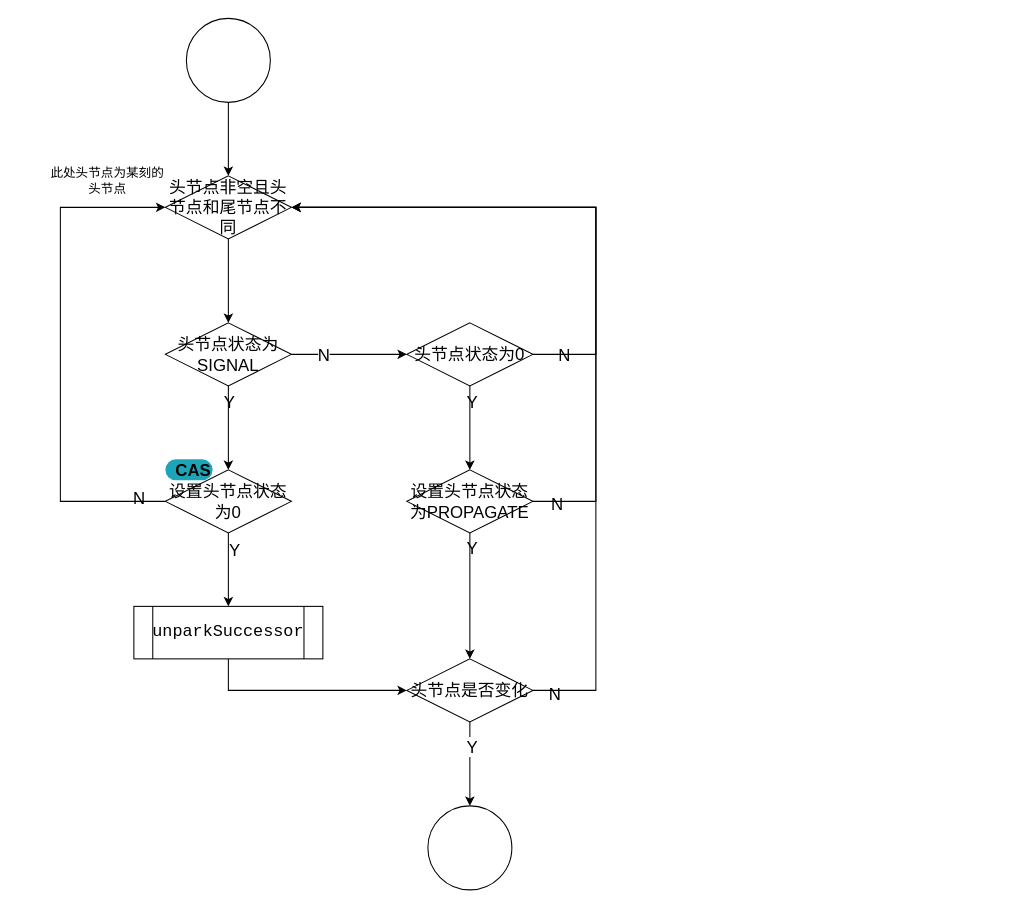
NikolaZhang/NikolaZhang.github.io keeps this draw.io diagram as page "doReleaseShared" (5 of 12) of src/drawio/aqs/aqs.drawio. Above is the earlier version. Source tidied: cells renumbered, new cells numbered last; positions are measured from the earlier drawing's top-left corner, leaving out a move shared by most shapes. Both pictures are drawn from the tidied source at 105%, with x=0, y=0 at pixel (49, 18).
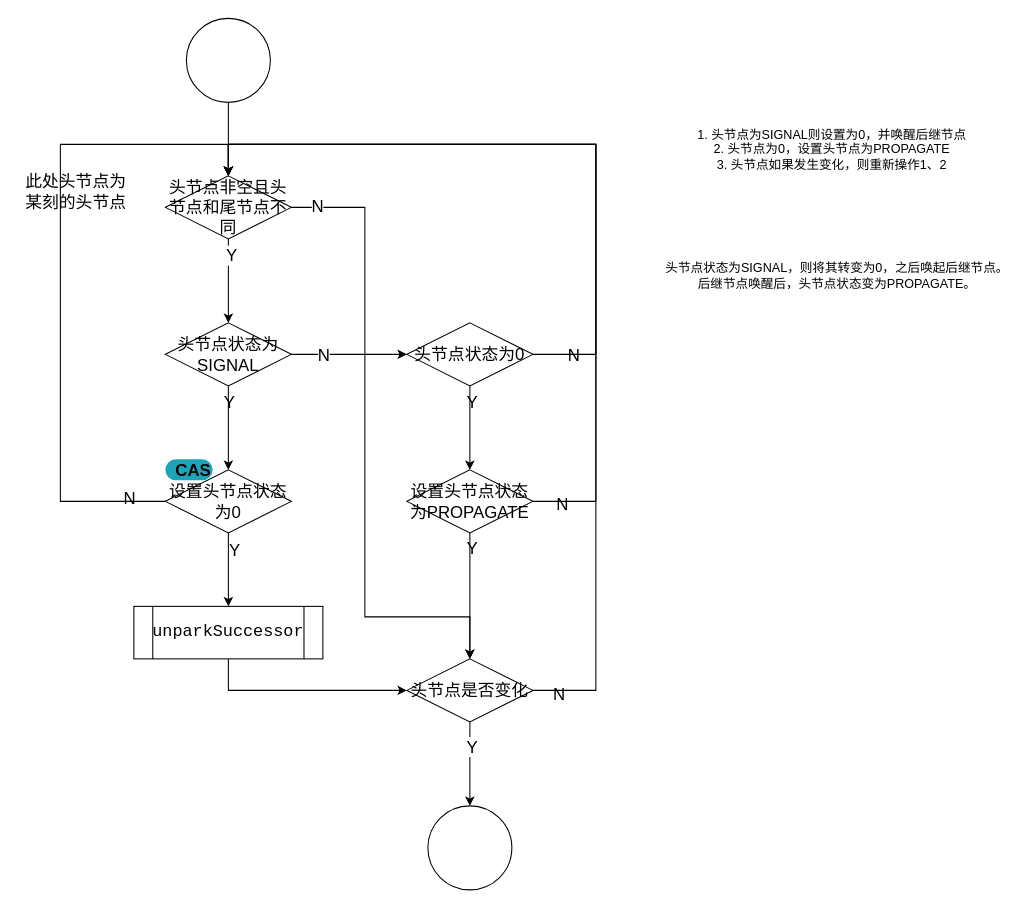
After the change.

Unchanged cells that the change refers to:
```xml
<mxCell id="4" style="edgeStyle=orthogonalEdgeStyle;rounded=0;jettySize=auto;html=1;fontSize=16;labelBackgroundColor=none;fontColor=default;" parent="1" edge="1" source="5" target="10">
  <mxGeometry relative="1" as="geometry" />
</mxCell>
<mxCell id="5" value="头节点非空且头节点和尾节点不同" style="whiteSpace=wrap;html=1;shape=rhombus;perimeter=rhombusPerimeter;fontSize=16;labelBackgroundColor=none;fontColor=default;" parent="1" vertex="1">
  <mxGeometry x="110" y="150" width="120" height="60" as="geometry" />
</mxCell>
<mxCell id="15" value="设置头节点状态为0" style="whiteSpace=wrap;html=1;shape=rhombus;perimeter=rhombusPerimeter;fontSize=16;labelBackgroundColor=none;fontColor=default;" parent="1" vertex="1">
  <mxGeometry x="110" y="430" width="120" height="60" as="geometry" />
</mxCell>
<mxCell id="23" value="头节点状态为0" style="rhombus;whiteSpace=wrap;html=1;fontSize=16;labelBackgroundColor=none;fontColor=default;" parent="1" vertex="1">
  <mxGeometry x="340" y="290" width="120" height="60" as="geometry" />
</mxCell>
<mxCell id="28" value="设置头节点状态为PROPAGATE" style="rhombus;whiteSpace=wrap;html=1;fontSize=16;labelBackgroundColor=none;fontColor=default;" parent="1" vertex="1">
  <mxGeometry x="340" y="430" width="120" height="60" as="geometry" />
</mxCell>
<mxCell id="31" style="edgeStyle=orthogonalEdgeStyle;rounded=0;jettySize=auto;html=1;fontSize=16;labelBackgroundColor=none;fontColor=default;" parent="1" edge="1" source="33" target="34">
  <mxGeometry relative="1" as="geometry" />
</mxCell>
<mxCell id="33" value="头节点是否变化" style="whiteSpace=wrap;html=1;shape=rhombus;perimeter=rhombusPerimeter;fontSize=16;labelBackgroundColor=none;fontColor=default;" parent="1" vertex="1">
  <mxGeometry x="340" y="610" width="120" height="60" as="geometry" />
</mxCell>
```

Diff of the diagram source:
```diff
@@
+    <mxCell id="36" value="Y" style="edgeLabel;html=1;align=center;verticalAlign=middle;fontSize=16;" parent="4" vertex="1">
+      <mxGeometry x="-0.62" y="2" relative="1" as="geometry" />
+    </mxCell>
+    <mxCell id="37" style="edgeStyle=orthogonalEdgeStyle;rounded=0;jettySize=auto;html=1;exitX=1;exitY=0.5;exitDx=0;exitDy=0;entryX=0.5;entryY=0;entryDx=0;entryDy=0;fontSize=16;" parent="1" edge="1" source="5" target="33">
+      <mxGeometry relative="1" as="geometry">
+        <Array as="points">
+          <mxPoint x="300" y="180" />
+          <mxPoint x="300" y="570" />
+          <mxPoint x="400" y="570" />
+        </Array>
+      </mxGeometry>
+    </mxCell>
+    <mxCell id="38" value="N" style="edgeLabel;html=1;align=center;verticalAlign=middle;fontSize=16;" parent="37" vertex="1">
+      <mxGeometry x="-0.92" y="2" relative="1" as="geometry" />
+    </mxCell>
@@
-    <mxCell id="13" style="edgeStyle=orthogonalEdgeStyle;rounded=0;jettySize=auto;html=1;exitX=0;exitY=0.5;exitDx=0;exitDy=0;entryX=0;entryY=0.5;entryDx=0;entryDy=0;fontSize=16;labelBackgroundColor=none;fontColor=default;" parent="1" edge="1" source="15" target="5">
+    <mxCell id="13" style="edgeStyle=orthogonalEdgeStyle;rounded=0;jettySize=auto;html=1;exitX=0;exitY=0.5;exitDx=0;exitDy=0;entryX=0.5;entryY=0;entryDx=0;entryDy=0;fontSize=16;labelBackgroundColor=none;fontColor=default;" parent="1" edge="1" source="15" target="5">
       <mxGeometry relative="1" as="geometry">
         <Array as="points">
           <mxPoint x="10" y="460" />
-          <mxPoint x="10" y="180" />
+          <mxPoint x="10" y="120" />
+          <mxPoint x="170" y="120" />
         </Array>
       </mxGeometry>
     </mxCell>
@@
-    <mxCell id="21" style="edgeStyle=orthogonalEdgeStyle;rounded=0;jettySize=auto;html=1;exitX=1;exitY=0.5;exitDx=0;exitDy=0;entryX=1;entryY=0.5;entryDx=0;entryDy=0;fontSize=16;labelBackgroundColor=none;fontColor=default;" parent="1" edge="1" source="23" target="5">
+    <mxCell id="21" style="edgeStyle=orthogonalEdgeStyle;rounded=0;jettySize=auto;html=1;exitX=1;exitY=0.5;exitDx=0;exitDy=0;entryX=0.5;entryY=0;entryDx=0;entryDy=0;fontSize=16;labelBackgroundColor=none;fontColor=default;" parent="1" edge="1" source="23" target="5">
       <mxGeometry relative="1" as="geometry">
         <Array as="points">
           <mxPoint x="520" y="320" />
-          <mxPoint x="520" y="180" />
+          <mxPoint x="520" y="120" />
+          <mxPoint x="170" y="120" />
         </Array>
       </mxGeometry>
     </mxCell>
@@
-    <mxCell id="24" style="edgeStyle=orthogonalEdgeStyle;rounded=0;jettySize=auto;html=1;exitX=1;exitY=0.5;exitDx=0;exitDy=0;entryX=1;entryY=0.5;entryDx=0;entryDy=0;fontSize=16;labelBackgroundColor=none;fontColor=default;" parent="1" edge="1" source="28" target="5">
+    <mxCell id="24" style="edgeStyle=orthogonalEdgeStyle;rounded=0;jettySize=auto;html=1;exitX=1;exitY=0.5;exitDx=0;exitDy=0;entryX=0.5;entryY=0;entryDx=0;entryDy=0;fontSize=16;labelBackgroundColor=none;fontColor=default;" parent="1" edge="1" source="28" target="5">
       <mxGeometry relative="1" as="geometry">
         <Array as="points">
           <mxPoint x="520" y="460" />
-          <mxPoint x="520" y="180" />
+          <mxPoint x="520" y="120" />
+          <mxPoint x="170" y="120" />
         </Array>
       </mxGeometry>
     </mxCell>
@@
-    <mxCell id="29" style="edgeStyle=orthogonalEdgeStyle;rounded=0;jettySize=auto;html=1;exitX=1;exitY=0.5;exitDx=0;exitDy=0;entryX=1;entryY=0.5;entryDx=0;entryDy=0;fontSize=16;labelBackgroundColor=none;fontColor=default;" parent="1" edge="1" source="33" target="5">
+    <mxCell id="29" style="edgeStyle=orthogonalEdgeStyle;rounded=0;jettySize=auto;html=1;exitX=1;exitY=0.5;exitDx=0;exitDy=0;entryX=0.5;entryY=0;entryDx=0;entryDy=0;fontSize=16;labelBackgroundColor=none;fontColor=default;" parent="1" edge="1" source="33" target="5">
       <mxGeometry relative="1" as="geometry">
         <Array as="points">
           <mxPoint x="520" y="640" />
-          <mxPoint x="520" y="180" />
+          <mxPoint x="520" y="120" />
+          <mxPoint x="170" y="120" />
         </Array>
       </mxGeometry>
     </mxCell>
@@
-    <mxCell id="32" value="&lt;font style=&quot;font-size: 16px;&quot;&gt;Y&lt;/font&gt;" style="edgeLabel;html=1;align=center;verticalAlign=middle;" parent="31" vertex="1">
+    <mxCell id="32" value="&lt;font style=&quot;font-size: 16px;&quot;&gt;Y&lt;/font&gt;" style="edgeLabel;html=1;align=center;verticalAlign=middle;fontSize=16;" parent="31" vertex="1">
       <mxGeometry x="-0.43" y="1" relative="1" as="geometry" />
     </mxCell>
@@
-    <mxCell id="35" value="此处头节点为某刻的头节点" style="text;html=1;align=center;verticalAlign=middle;whiteSpace=wrap;rounded=0;" parent="1" vertex="1">
-      <mxGeometry y="130" width="110" height="50" as="geometry" />
+    <mxCell id="35" value="此处头节点为某刻的头节点" style="text;html=1;align=center;verticalAlign=middle;whiteSpace=wrap;rounded=0;fontSize=16;" parent="1" vertex="1">
+      <mxGeometry x="-30" y="140" width="110" height="50" as="geometry" />
     </mxCell>
+    <mxCell id="39" value="1. 头节点为SIGNAL则设置为0，并唤醒后继节点&lt;br&gt;2. 头节点为0，设置头节点为PROPAGATE&lt;br&gt;3. 头节点如果发生变化，则重新操作1、2" style="text;html=1;strokeColor=none;fillColor=none;align=center;verticalAlign=middle;whiteSpace=wrap;rounded=0;" parent="1" vertex="1">
+      <mxGeometry x="580" y="70" width="330" height="110" as="geometry" />
+    </mxCell>
+    <mxCell id="40" value="头节点状态为SIGNAL，则将其转变为0，之后唤起后继节点。&lt;br&gt;后继节点唤醒后，头节点状态变为PROPAGATE。" style="text;html=1;strokeColor=none;fillColor=none;align=center;verticalAlign=middle;whiteSpace=wrap;rounded=0;" parent="1" vertex="1">
+      <mxGeometry x="580" y="180" width="340" height="130" as="geometry" />
+    </mxCell>
```
